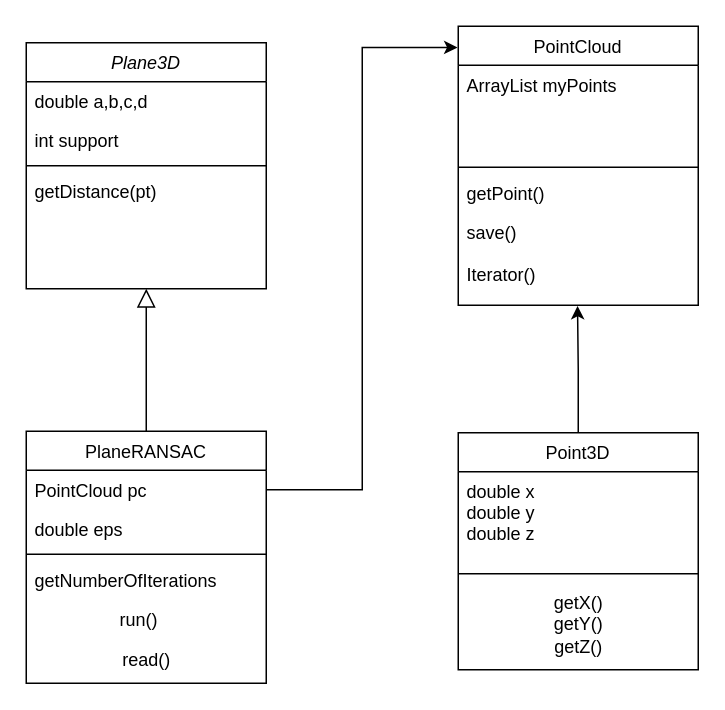
Above: Untitled Diagram.drawio in yushika-j/seg-2505 (draw.io), before the change. Source tidied: cells renumbered, new cells numbered last; positions are measured from the earlier drawing's top-left corner, leaving out a move shared by most shapes. Both pictures are drawn from the tidied source at 150%, with x=0, y=0 at pixel (26, 26).
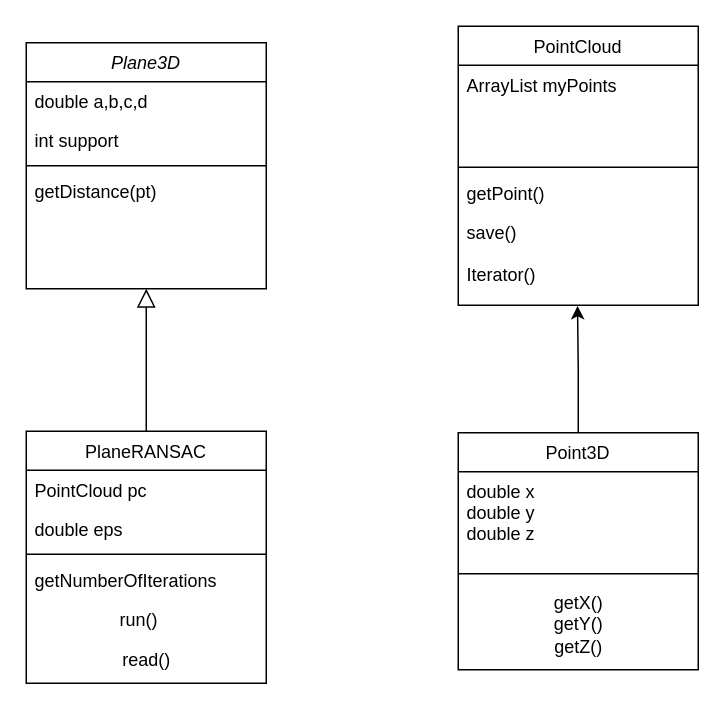
After the change.

The change refers to these unchanged cells:
```xml
<mxCell id="8" value="PointCloud pc" style="text;align=left;verticalAlign=top;spacingLeft=4;spacingRight=4;overflow=hidden;points=[[0,0.5],[1,0.5]];portConstraint=eastwest;" parent="7" vertex="1">
  <mxGeometry y="26" width="160" height="26" as="geometry" />
</mxCell>
<mxCell id="20" value="PointCloud" style="swimlane;fontStyle=0;align=center;verticalAlign=top;horizontal=1;startSize=26;rounded=0;shadow=0;strokeWidth=1;" parent="1" vertex="1">
  <mxGeometry x="288" width="160" height="186" as="geometry" />
</mxCell>
```

Change to the diagram source:
```diff
@@
-    <mxCell id="25" style="edgeStyle=orthogonalEdgeStyle;rounded=0;jettySize=auto;html=1;exitX=1;exitY=0.5;exitDx=0;exitDy=0;entryX=-0.003;entryY=0.076;entryDx=0;entryDy=0;entryPerimeter=0;" parent="1" edge="1" source="8" target="20">
-      <mxGeometry relative="1" as="geometry" />
-    </mxCell>
```
